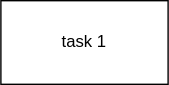
The draw.io diagram systems_analysis/eva2/crear-env-vars-gitbash-windows.drawio.svg in cdvelop/aiep, before a commit. Source tidied: cells renumbered, new cells last; positions are measured from the earlier drawing's top-left corner, leaving out a move shared by most shapes. Its diagram source:
```xml
<mxGraphModel>
  <root>
    <mxCell id="0" />
    <mxCell id="1" parent="0" />
    <mxCell id="2" value="task 1" style="rounded=0;whiteSpace=wrap;html=1;" parent="1" vertex="1">
      <mxGeometry width="120" height="60" as="geometry" />
    </mxCell>
  </root>
</mxGraphModel>
```
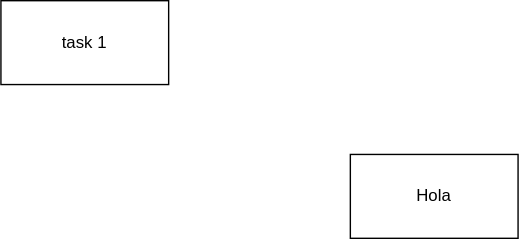
After the change.

The edit, as a diff of the source:
```diff
@@ -2,6 +2,9 @@
   <root>
     <mxCell id="0" />
     <mxCell id="1" parent="0" />
+    <mxCell id="3" value="&lt;div&gt;Hola&lt;/div&gt;" style="rounded=0;whiteSpace=wrap;html=1;" parent="1" vertex="1">
+      <mxGeometry x="250" y="110" width="120" height="60" as="geometry" />
+    </mxCell>
     <mxCell id="2" value="task 1" style="rounded=0;whiteSpace=wrap;html=1;" parent="1" vertex="1">
       <mxGeometry width="120" height="60" as="geometry" />
     </mxCell>
```
